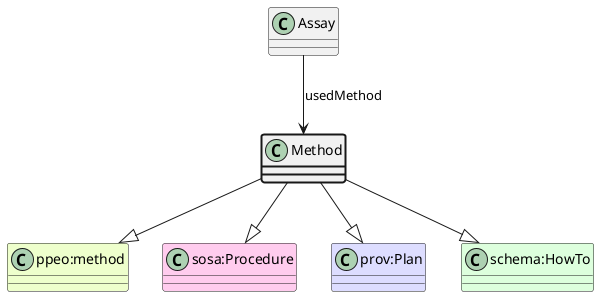
The PlantUML diagram ttl_uml/ttl_appn_Method.png in aus-plant-phenomics-network/appn-schema, before a commit.
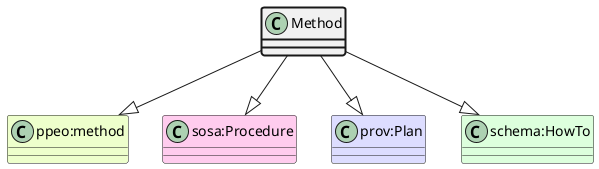
After the change.

Change to the diagram source:
```diff
@@ -8,6 +8,4 @@
 Method --|> "prov:Plan"
 class "schema:HowTo" #DDFFDD
 Method --|> "schema:HowTo"
-class Assay
-Assay --> Method : usedMethod
 @enduml
```
